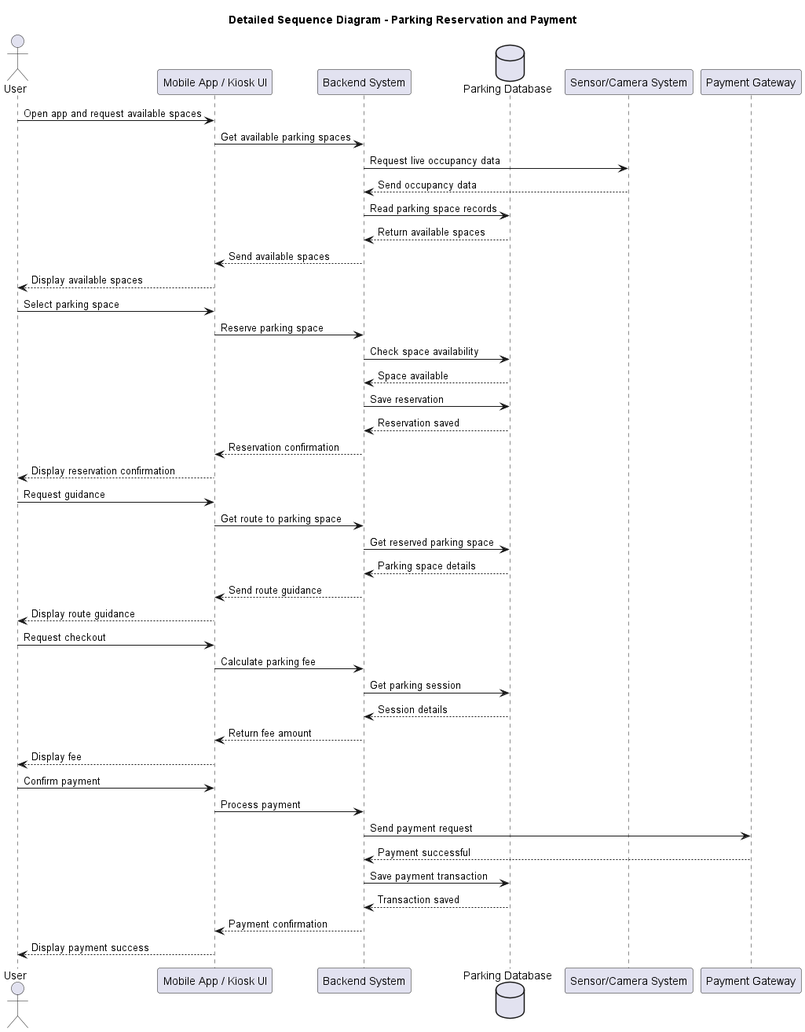
The PlantUML diagram docs/images/sequence_detailed.png in mar20210937/software-engineering, before a commit. Its diagram source:
```plantuml
@startuml seq
title Detailed Sequence Diagram - Parking Reservation and Payment

actor User
participant "Mobile App / Kiosk UI" as UI
participant "Backend System" as Backend
database "Parking Database" as DB
participant "Sensor/Camera System" as Sensor
participant "Payment Gateway" as Payment

User -> UI: Open app and request available spaces
UI -> Backend: Get available parking spaces
Backend -> Sensor: Request live occupancy data
Sensor --> Backend: Send occupancy data
Backend -> DB: Read parking space records
DB --> Backend: Return available spaces
Backend --> UI: Send available spaces
UI --> User: Display available spaces

User -> UI: Select parking space
UI -> Backend: Reserve parking space
Backend -> DB: Check space availability
DB --> Backend: Space available
Backend -> DB: Save reservation
DB --> Backend: Reservation saved
Backend --> UI: Reservation confirmation
UI --> User: Display reservation confirmation

User -> UI: Request guidance
UI -> Backend: Get route to parking space
Backend -> DB: Get reserved parking space
DB --> Backend: Parking space details
Backend --> UI: Send route guidance
UI --> User: Display route guidance

User -> UI: Request checkout
UI -> Backend: Calculate parking fee
Backend -> DB: Get parking session
DB --> Backend: Session details
Backend --> UI: Return fee amount
UI --> User: Display fee

User -> UI: Confirm payment
UI -> Backend: Process payment
Backend -> Payment: Send payment request
Payment --> Backend: Payment successful
Backend -> DB: Save payment transaction
DB --> Backend: Transaction saved
Backend --> UI: Payment confirmation
UI --> User: Display payment success
@enduml
```
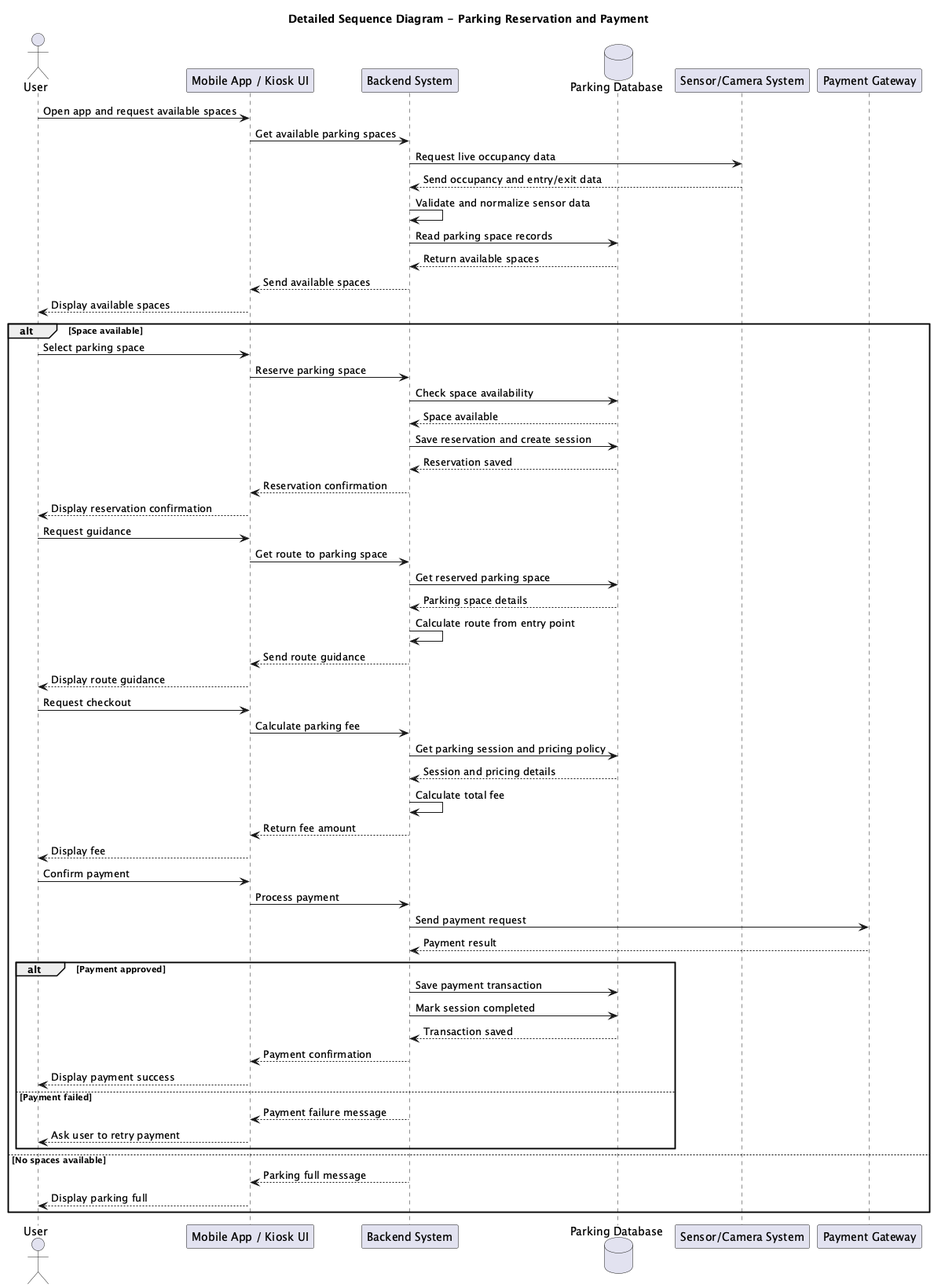
After the change.

Change to the diagram source:
```diff
@@ -1,4 +1,5 @@
-@startuml seq
+@startuml sequence_detailed
+!pragma layout smetana
 title Detailed Sequence Diagram - Parking Reservation and Payment
 
 actor User
@@ -11,41 +12,56 @@
 User -> UI: Open app and request available spaces
 UI -> Backend: Get available parking spaces
 Backend -> Sensor: Request live occupancy data
-Sensor --> Backend: Send occupancy data
+Sensor --> Backend: Send occupancy and entry/exit data
+Backend -> Backend: Validate and normalize sensor data
 Backend -> DB: Read parking space records
 DB --> Backend: Return available spaces
 Backend --> UI: Send available spaces
 UI --> User: Display available spaces
 
-User -> UI: Select parking space
-UI -> Backend: Reserve parking space
-Backend -> DB: Check space availability
-DB --> Backend: Space available
-Backend -> DB: Save reservation
-DB --> Backend: Reservation saved
-Backend --> UI: Reservation confirmation
-UI --> User: Display reservation confirmation
+alt Space available
+  User -> UI: Select parking space
+  UI -> Backend: Reserve parking space
+  Backend -> DB: Check space availability
+  DB --> Backend: Space available
+  Backend -> DB: Save reservation and create session
+  DB --> Backend: Reservation saved
+  Backend --> UI: Reservation confirmation
+  UI --> User: Display reservation confirmation
 
-User -> UI: Request guidance
-UI -> Backend: Get route to parking space
-Backend -> DB: Get reserved parking space
-DB --> Backend: Parking space details
-Backend --> UI: Send route guidance
-UI --> User: Display route guidance
+  User -> UI: Request guidance
+  UI -> Backend: Get route to parking space
+  Backend -> DB: Get reserved parking space
+  DB --> Backend: Parking space details
+  Backend -> Backend: Calculate route from entry point
+  Backend --> UI: Send route guidance
+  UI --> User: Display route guidance
 
-User -> UI: Request checkout
-UI -> Backend: Calculate parking fee
-Backend -> DB: Get parking session
-DB --> Backend: Session details
-Backend --> UI: Return fee amount
-UI --> User: Display fee
+  User -> UI: Request checkout
+  UI -> Backend: Calculate parking fee
+  Backend -> DB: Get parking session and pricing policy
+  DB --> Backend: Session and pricing details
+  Backend -> Backend: Calculate total fee
+  Backend --> UI: Return fee amount
+  UI --> User: Display fee
 
-User -> UI: Confirm payment
-UI -> Backend: Process payment
-Backend -> Payment: Send payment request
-Payment --> Backend: Payment successful
-Backend -> DB: Save payment transaction
-DB --> Backend: Transaction saved
-Backend --> UI: Payment confirmation
-UI --> User: Display payment success
+  User -> UI: Confirm payment
+  UI -> Backend: Process payment
+  Backend -> Payment: Send payment request
+  Payment --> Backend: Payment result
+
+  alt Payment approved
+    Backend -> DB: Save payment transaction
+    Backend -> DB: Mark session completed
+    DB --> Backend: Transaction saved
+    Backend --> UI: Payment confirmation
+    UI --> User: Display payment success
+  else Payment failed
+    Backend --> UI: Payment failure message
+    UI --> User: Ask user to retry payment
+  end
+else No spaces available
+  Backend --> UI: Parking full message
+  UI --> User: Display parking full
+end
 @enduml
```
